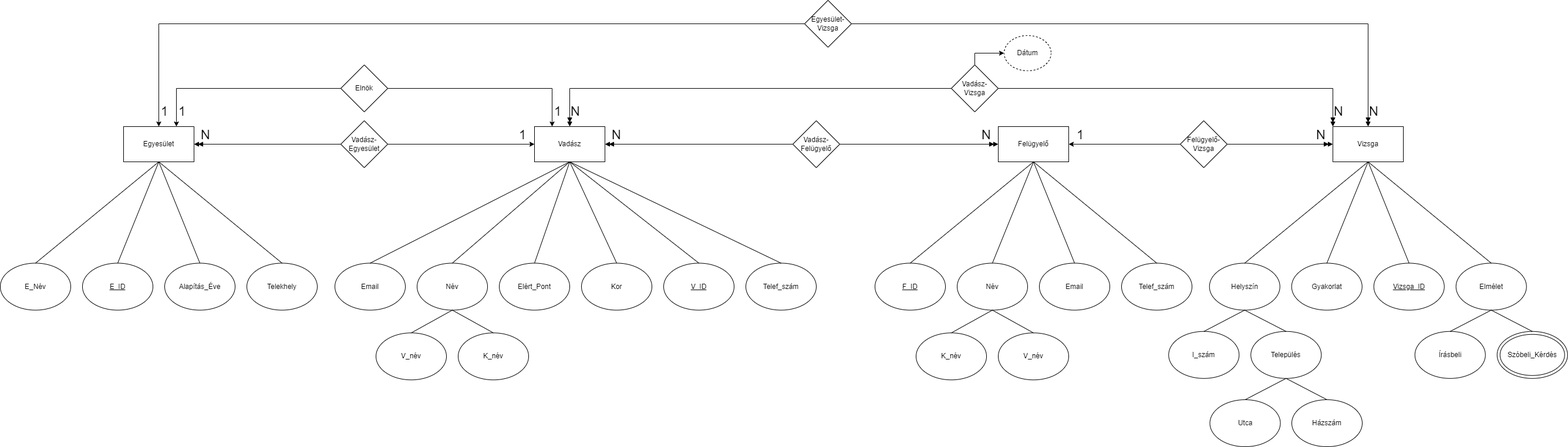
This is DWWUAP_XML_Féléves_Feladat/1. feladat/DWWUAP_ER.drawio 2..png from JordanKornel/DWWUAP_XMLGyak, a draw.io export, as it was before one commit. Source tidied: cells renumbered, new cells last; positions are measured from the earlier drawing's top-left corner, leaving out a move shared by most shapes.
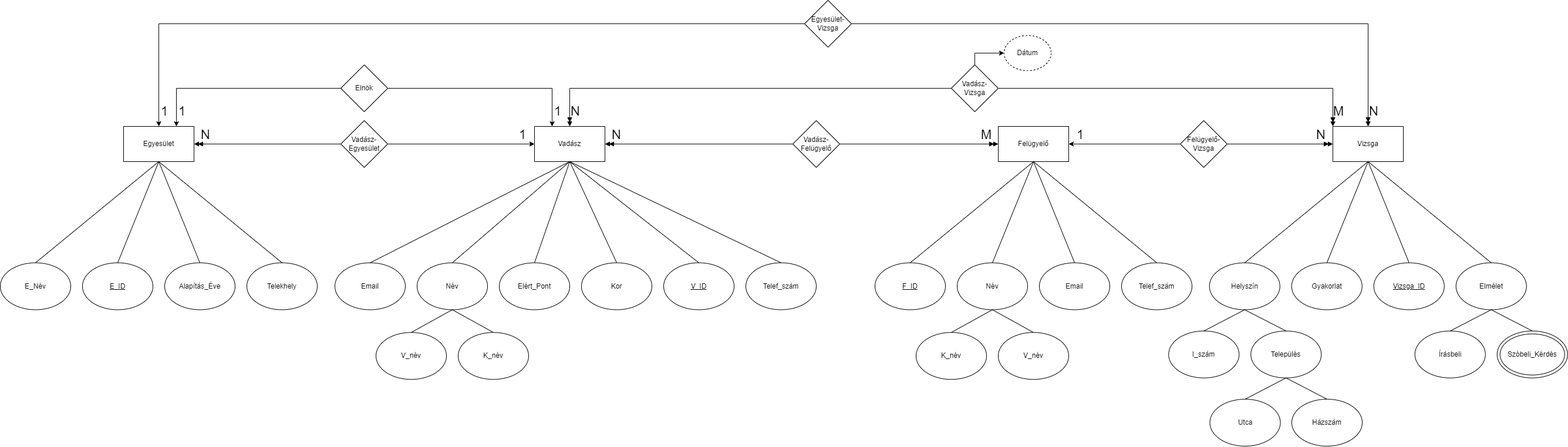
Later version of the same file.

What changed in the source:
```diff
@@ -249,7 +249,7 @@
     <mxCell id="82" value="&lt;font style=&quot;font-size: 22px;&quot;&gt;N&lt;/font&gt;" style="text;html=1;strokeColor=none;fillColor=none;align=center;verticalAlign=middle;whiteSpace=wrap;rounded=0;" parent="1" vertex="1">
       <mxGeometry x="1020" y="215" width="60" height="30" as="geometry" />
     </mxCell>
-    <mxCell id="83" value="&lt;font style=&quot;font-size: 22px;&quot;&gt;N&lt;/font&gt;" style="text;html=1;strokeColor=none;fillColor=none;align=center;verticalAlign=middle;whiteSpace=wrap;rounded=0;" parent="1" vertex="1">
+    <mxCell id="83" value="&lt;font style=&quot;font-size: 22px;&quot;&gt;M&lt;/font&gt;" style="text;html=1;strokeColor=none;fillColor=none;align=center;verticalAlign=middle;whiteSpace=wrap;rounded=0;" parent="1" vertex="1">
       <mxGeometry x="1650" y="215" width="60" height="30" as="geometry" />
     </mxCell>
     <mxCell id="84" value="&lt;font style=&quot;font-size: 22px;&quot;&gt;N&lt;/font&gt;" style="text;html=1;strokeColor=none;fillColor=none;align=center;verticalAlign=middle;whiteSpace=wrap;rounded=0;" parent="1" vertex="1">
@@ -258,7 +258,7 @@
     <mxCell id="85" value="&lt;font style=&quot;font-size: 22px;&quot;&gt;1&lt;/font&gt;" style="text;html=1;strokeColor=none;fillColor=none;align=center;verticalAlign=middle;whiteSpace=wrap;rounded=0;" parent="1" vertex="1">
       <mxGeometry x="1810" y="215" width="60" height="30" as="geometry" />
     </mxCell>
-    <mxCell id="86" value="&lt;font style=&quot;font-size: 22px;&quot;&gt;N&lt;/font&gt;" style="text;html=1;strokeColor=none;fillColor=none;align=center;verticalAlign=middle;whiteSpace=wrap;rounded=0;" parent="1" vertex="1">
+    <mxCell id="86" value="&lt;font style=&quot;font-size: 22px;&quot;&gt;M&lt;/font&gt;" style="text;html=1;strokeColor=none;fillColor=none;align=center;verticalAlign=middle;whiteSpace=wrap;rounded=0;" parent="1" vertex="1">
       <mxGeometry x="2250.2" y="175" width="60" height="30" as="geometry" />
     </mxCell>
     <mxCell id="87" value="&lt;font style=&quot;font-size: 22px;&quot;&gt;N&lt;/font&gt;" style="text;html=1;strokeColor=none;fillColor=none;align=center;verticalAlign=middle;whiteSpace=wrap;rounded=0;" parent="1" vertex="1">
```
